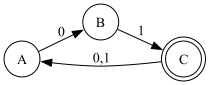
Before: graph.png, a diagram exported from Graphviz (olcaytaner/410-Exam). Its source is kept beside it as graph.dot.
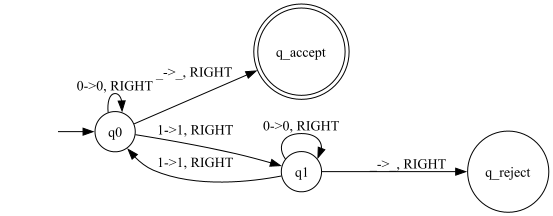
Later version of the same file.

The edit, as a diff of the source:
```diff
@@ -1,8 +1,14 @@
-digraph ExampleGraph {
-    rankdir=LR;
-    node [shape=circle];
-    A -> B [label="0"];
-    B -> C [label="1"];
-    C -> A [label="0,1"];
-    C [shape=doublecircle];
+digraph TuringMachine {
+  rankdir=LR;
+  node [shape = circle];
+  "q_accept" [shape = doublecircle];
+  "q_accept";
+  "" [shape = none];
+  "" -> "q0";
+  "q1" -> "q_reject" [label = "_ -> _, RIGHT"];
+  "q0" -> "q0" [label = "0 -> 0, RIGHT"];
+  "q1" -> "q0" [label = "1 -> 1, RIGHT"];
+  "q0" -> "q_accept" [label = "_ -> _, RIGHT"];
+  "q1" -> "q1" [label = "0 -> 0, RIGHT"];
+  "q0" -> "q1" [label = "1 -> 1, RIGHT"];
 }
```
